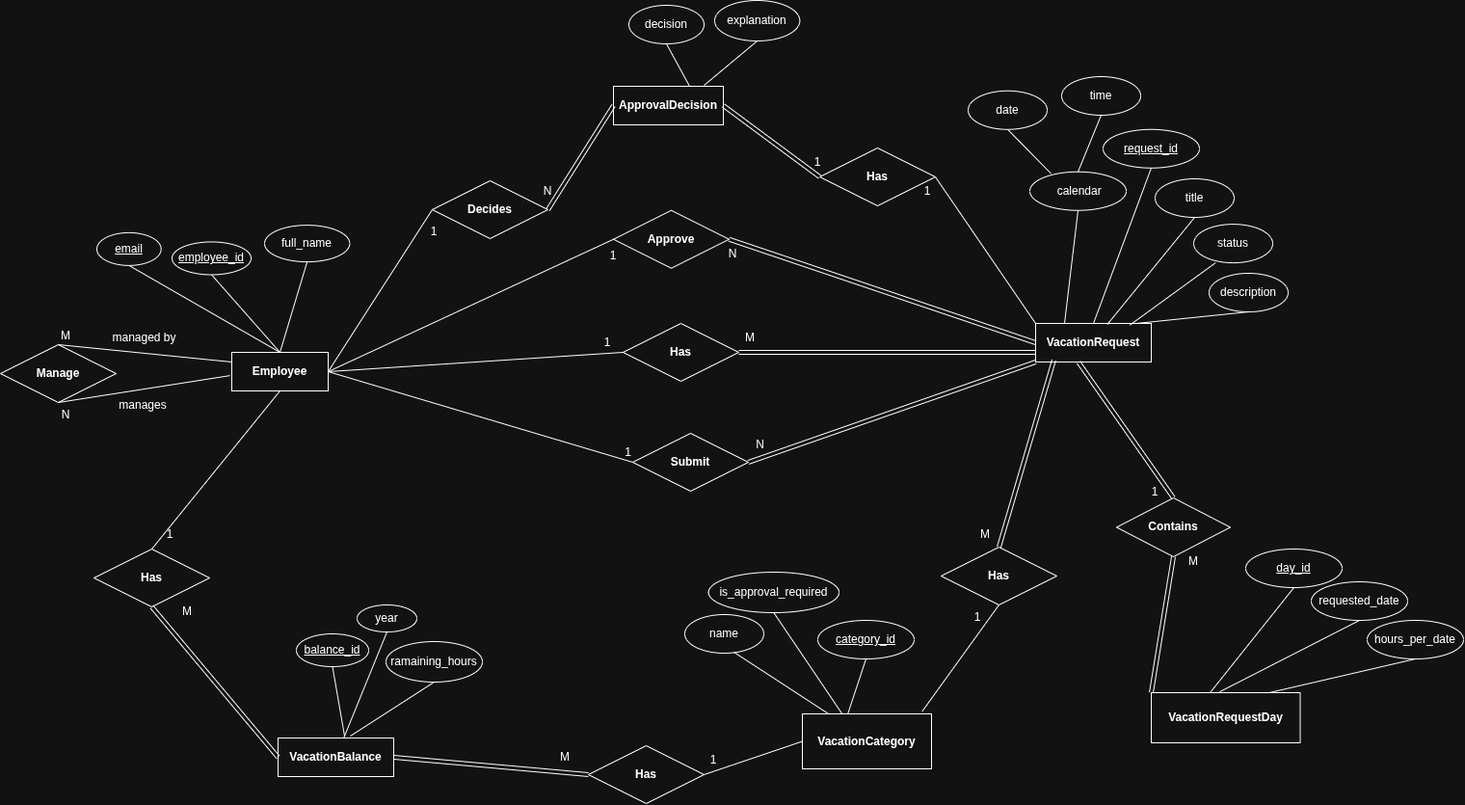
Before: manageTime_useCase/diagrams/ERD_VTS_ManageTime_usecase.png, a diagram exported from draw.io (Zsayaaad/Node-JS---Mentorship). Source tidied: cells renumbered, new cells last; positions are measured from the earlier drawing's top-left corner, leaving out a move shared by most shapes.
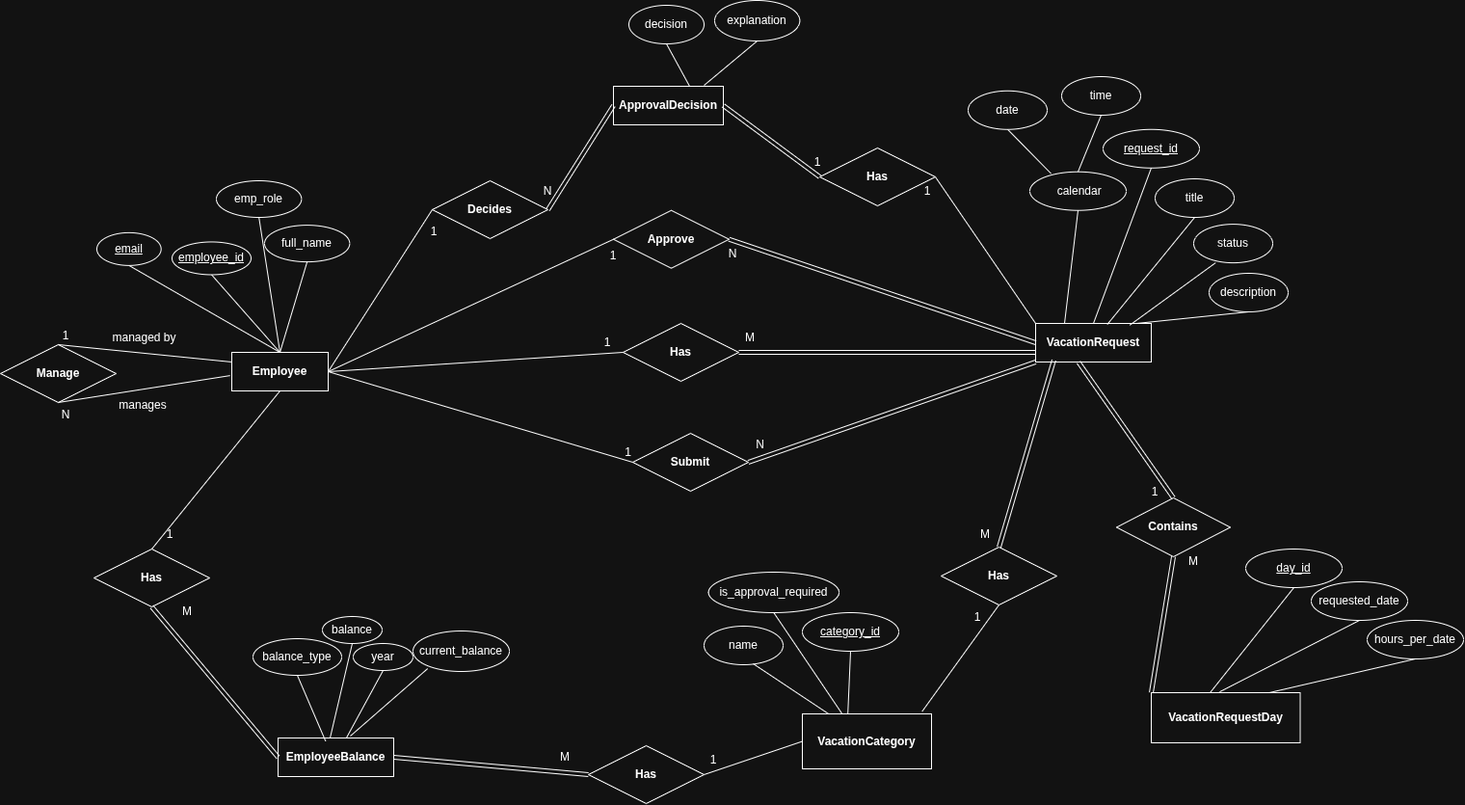
Above is the later version.

Commit message:
Separate the flowcharts for each role (employee and manager) in manageTime use case and update system admin role description

Diff of the diagram source:
```diff
@@ -30,7 +30,7 @@
       <mxGeometry x="832" y="740" width="134" height="57" as="geometry" />
     </mxCell>
     <mxCell id="11" value="name" style="ellipse;whiteSpace=wrap;html=1;align=center;" parent="1" vertex="1">
-      <mxGeometry x="710" y="637" width="82" height="40" as="geometry" />
+      <mxGeometry x="730" y="649" width="82" height="40" as="geometry" />
     </mxCell>
     <mxCell id="12" style="endArrow=none;html=1;rounded=0;entryX=0.203;entryY=0;entryDx=0;entryDy=0;entryPerimeter=0;exitX=0.622;exitY=0.975;exitDx=0;exitDy=0;exitPerimeter=0;" parent="1" edge="1" source="11" target="10">
       <mxGeometry relative="1" as="geometry" />
@@ -41,13 +41,13 @@
     <mxCell id="14" value="is_approval_required" style="ellipse;whiteSpace=wrap;html=1;align=center;" parent="1" vertex="1">
       <mxGeometry x="734.7" y="593" width="135.3" height="42" as="geometry" />
     </mxCell>
-    <mxCell id="15" value="&lt;b&gt;VacationBalance&lt;/b&gt;" style="whiteSpace=wrap;html=1;align=center;" parent="1" vertex="1">
+    <mxCell id="15" value="&lt;b&gt;EmployeeBalance&lt;/b&gt;" style="whiteSpace=wrap;html=1;align=center;" parent="1" vertex="1">
       <mxGeometry x="288" y="765" width="120" height="40" as="geometry" />
     </mxCell>
-    <mxCell id="16" value="ramaining_hours" style="ellipse;whiteSpace=wrap;html=1;align=center;" parent="1" vertex="1">
-      <mxGeometry x="400" y="665" width="100" height="42" as="geometry" />
+    <mxCell id="16" value="current_balance" style="ellipse;whiteSpace=wrap;html=1;align=center;" parent="1" vertex="1">
+      <mxGeometry x="428" y="654" width="100" height="42" as="geometry" />
     </mxCell>
-    <mxCell id="17" style="endArrow=none;html=1;rounded=0;entryX=0.625;entryY=-0.05;entryDx=0;entryDy=0;exitX=0.5;exitY=1;exitDx=0;exitDy=0;entryPerimeter=0;" parent="1" edge="1" source="16" target="15">
+    <mxCell id="17" style="endArrow=none;html=1;rounded=0;entryX=0.625;entryY=-0.05;entryDx=0;entryDy=0;exitX=0.152;exitY=0.93;exitDx=0;exitDy=0;entryPerimeter=0;exitPerimeter=0;" parent="1" edge="1" source="16" target="15">
       <mxGeometry relative="1" as="geometry" />
     </mxCell>
     <mxCell id="18" value="date" style="ellipse;whiteSpace=wrap;html=1;align=center;" parent="1" vertex="1">
@@ -249,20 +249,14 @@
     <mxCell id="82" style="endArrow=none;html=1;rounded=0;exitX=1;exitY=0.5;exitDx=0;exitDy=0;entryX=0;entryY=0.5;entryDx=0;entryDy=0;" parent="1" edge="1" source="81" target="10">
       <mxGeometry relative="1" as="geometry" />
     </mxCell>
-    <mxCell id="83" value="balance_id" style="ellipse;whiteSpace=wrap;html=1;align=center;fontStyle=4;" parent="1" vertex="1">
-      <mxGeometry x="307" y="657" width="75" height="34" as="geometry" />
-    </mxCell>
-    <mxCell id="84" style="endArrow=none;html=1;rounded=0;exitX=0.5;exitY=1;exitDx=0;exitDy=0;entryX=0.574;entryY=-0.069;entryDx=0;entryDy=0;entryPerimeter=0;" parent="1" edge="1" source="83" target="15">
-      <mxGeometry relative="1" as="geometry" />
-    </mxCell>
     <mxCell id="85" value="year" style="ellipse;whiteSpace=wrap;html=1;align=center;" parent="1" vertex="1">
-      <mxGeometry x="370" y="627" width="62" height="28" as="geometry" />
+      <mxGeometry x="366" y="667" width="62" height="28" as="geometry" />
     </mxCell>
     <mxCell id="86" style="endArrow=none;html=1;rounded=0;exitX=0.5;exitY=1;exitDx=0;exitDy=0;" parent="1" edge="1" source="85" target="15">
       <mxGeometry relative="1" as="geometry" />
     </mxCell>
     <mxCell id="87" value="category_id" style="ellipse;whiteSpace=wrap;html=1;align=center;fontStyle=4;" parent="1" vertex="1">
-      <mxGeometry x="848" y="643" width="100" height="40" as="geometry" />
+      <mxGeometry x="832" y="635" width="100" height="40" as="geometry" />
     </mxCell>
     <mxCell id="88" style="endArrow=none;html=1;rounded=0;entryX=0.5;entryY=1;entryDx=0;entryDy=0;exitX=0.352;exitY=0;exitDx=0;exitDy=0;exitPerimeter=0;" parent="1" edge="1" source="10" target="87">
       <mxGeometry relative="1" as="geometry" />
@@ -300,11 +294,29 @@
     <mxCell id="99" value="manages" style="text;html=1;whiteSpace=wrap;strokeColor=none;fillColor=none;align=center;verticalAlign=middle;rounded=0;" parent="1" vertex="1">
       <mxGeometry x="118" y="405" width="60" height="30" as="geometry" />
     </mxCell>
-    <mxCell id="100" value="M" style="text;html=1;whiteSpace=wrap;strokeColor=none;fillColor=none;align=center;verticalAlign=middle;rounded=0;" parent="1" vertex="1">
+    <mxCell id="100" value="1" style="text;html=1;whiteSpace=wrap;strokeColor=none;fillColor=none;align=center;verticalAlign=middle;rounded=0;" parent="1" vertex="1">
       <mxGeometry x="38" y="333" width="60" height="30" as="geometry" />
     </mxCell>
     <mxCell id="101" value="N" style="text;html=1;whiteSpace=wrap;strokeColor=none;fillColor=none;align=center;verticalAlign=middle;rounded=0;" parent="1" vertex="1">
       <mxGeometry x="38" y="415" width="60" height="30" as="geometry" />
     </mxCell>
+    <mxCell id="102" value="balance" style="ellipse;whiteSpace=wrap;html=1;align=center;" parent="1" vertex="1">
+      <mxGeometry x="334" y="639" width="62" height="28" as="geometry" />
+    </mxCell>
+    <mxCell id="103" style="endArrow=none;html=1;rounded=0;entryX=0.45;entryY=0;entryDx=0;entryDy=0;entryPerimeter=0;exitX=0.5;exitY=1;exitDx=0;exitDy=0;" parent="1" edge="1" source="102" target="15">
+      <mxGeometry relative="1" as="geometry" />
+    </mxCell>
+    <mxCell id="104" value="balance_type" style="ellipse;whiteSpace=wrap;html=1;align=center;" parent="1" vertex="1">
+      <mxGeometry x="262" y="662" width="92" height="38" as="geometry" />
+    </mxCell>
+    <mxCell id="105" style="endArrow=none;html=1;rounded=0;entryX=0.411;entryY=0.081;entryDx=0;entryDy=0;entryPerimeter=0;exitX=0.5;exitY=1;exitDx=0;exitDy=0;" parent="1" edge="1" source="104" target="15">
+      <mxGeometry relative="1" as="geometry" />
+    </mxCell>
+    <mxCell id="106" value="emp_role" style="ellipse;whiteSpace=wrap;html=1;align=center;" parent="1" vertex="1">
+      <mxGeometry x="224" y="187" width="88.3" height="38" as="geometry" />
+    </mxCell>
+    <mxCell id="107" style="endArrow=none;html=1;rounded=0;entryX=0.5;entryY=0;entryDx=0;entryDy=0;exitX=0.5;exitY=1;exitDx=0;exitDy=0;" parent="1" edge="1" source="106" target="2">
+      <mxGeometry x="0.31" relative="1" as="geometry" />
+    </mxCell>
   </root>
 </mxGraphModel>
```
